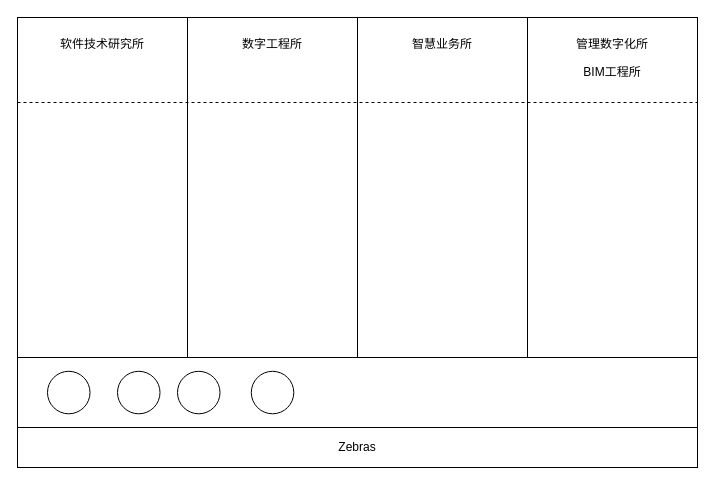
Before: 低代码—项目背景.drawio in tangyaosimida/love, a draw.io diagram. Source tidied: cells renumbered, new cells numbered last; positions are measured from the earlier drawing's top-left corner, leaving out a move shared by most shapes. Both pictures are drawn from the tidied source at 100%, with x=0, y=0 at pixel (17, 17).
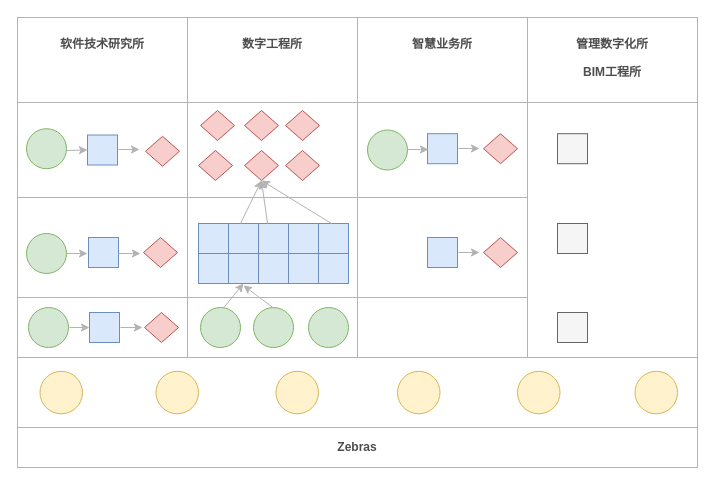
The same diagram, later.

Commit message (it also covers changes not shown here):
更新低代码—项目背景.drawio

The edit, as a diff of the source:
```diff
@@
-    <mxCell id="2" style="rounded=0;whiteSpace=wrap;html=1;" parent="1" vertex="1">
+    <mxCell id="2" style="rounded=0;whiteSpace=wrap;html=1;strokeColor=#B3B3B3;" parent="1" vertex="1">
       <mxGeometry width="680" height="340" as="geometry" />
     </mxCell>
+    <mxCell id="18" style="rounded=0;whiteSpace=wrap;html=1;" parent="1" vertex="1">
+      <mxGeometry x="170" y="280" width="170" height="60" as="geometry" />
+    </mxCell>
+    <mxCell id="19" style="rounded=0;whiteSpace=wrap;html=1;strokeColor=#B3B3B3;" parent="1" vertex="1">
+      <mxGeometry x="170" y="85" width="170" height="95" as="geometry" />
+    </mxCell>
+    <mxCell id="20" style="rounded=0;whiteSpace=wrap;html=1;strokeColor=#B3B3B3;" parent="1" vertex="1">
+      <mxGeometry x="170" y="180" width="170" height="100" as="geometry" />
+    </mxCell>
-    <mxCell id="3" style="rounded=0;whiteSpace=wrap;html=1;" parent="1" vertex="1">
+    <mxCell id="3" style="rounded=0;whiteSpace=wrap;html=1;strokeColor=#B3B3B3;" parent="1" vertex="1">
       <mxGeometry y="340" width="680" height="70" as="geometry" />
     </mxCell>
-    <mxCell id="4" style="endArrow=none;html=1;rounded=0;entryX=0.5;entryY=0;entryDx=0;entryDy=0;exitX=0.5;exitY=0;exitDx=0;exitDy=0;" parent="1" edge="1" source="3" target="2">
+    <mxCell id="4" style="endArrow=none;html=1;rounded=0;entryX=0.5;entryY=0;entryDx=0;entryDy=0;exitX=0.5;exitY=0;exitDx=0;exitDy=0;strokeColor=#B3B3B3;" parent="1" edge="1" source="3" target="2">
       <mxGeometry relative="1" as="geometry" />
     </mxCell>
-    <mxCell id="5" style="endArrow=none;html=1;rounded=0;entryX=0.75;entryY=0;entryDx=0;entryDy=0;exitX=0.5;exitY=1;exitDx=0;exitDy=0;" parent="1" edge="1" target="2">
+    <mxCell id="5" style="endArrow=none;html=1;rounded=0;entryX=0.75;entryY=0;entryDx=0;entryDy=0;exitX=0.5;exitY=1;exitDx=0;exitDy=0;strokeColor=#B3B3B3;" parent="1" edge="1" target="2">
       <mxGeometry relative="1" as="geometry">
         <mxPoint x="510" y="340" as="sourcePoint" />
       </mxGeometry>
     </mxCell>
-    <mxCell id="6" style="endArrow=none;html=1;rounded=0;entryX=0.25;entryY=0;entryDx=0;entryDy=0;exitX=0.25;exitY=0;exitDx=0;exitDy=0;" parent="1" edge="1" source="3" target="2">
+    <mxCell id="6" style="endArrow=none;html=1;rounded=0;entryX=0.25;entryY=0;entryDx=0;entryDy=0;exitX=0.25;exitY=0;exitDx=0;exitDy=0;strokeColor=#B3B3B3;" parent="1" edge="1" source="3" target="2">
       <mxGeometry relative="1" as="geometry" />
     </mxCell>
-    <mxCell id="7" value="软件技术研究所" style="text;html=1;strokeColor=none;fillColor=none;align=center;verticalAlign=middle;whiteSpace=wrap;rounded=0;" parent="1" vertex="1">
+    <mxCell id="7" value="软件技术研究所" style="text;html=1;strokeColor=none;fillColor=none;align=center;verticalAlign=middle;whiteSpace=wrap;rounded=0;fontStyle=1;fontColor=#4D4D4D;" parent="1" vertex="1">
       <mxGeometry x="20" y="12" width="130" height="30" as="geometry" />
     </mxCell>
-    <mxCell id="8" value="数字工程所" style="text;html=1;strokeColor=none;fillColor=none;align=center;verticalAlign=middle;whiteSpace=wrap;rounded=0;" parent="1" vertex="1">
+    <mxCell id="8" value="数字工程所" style="text;html=1;strokeColor=none;fillColor=none;align=center;verticalAlign=middle;whiteSpace=wrap;rounded=0;fontStyle=1;fontColor=#4D4D4D;" parent="1" vertex="1">
       <mxGeometry x="190" y="12" width="130" height="30" as="geometry" />
     </mxCell>
-    <mxCell id="9" value="智慧业务所" style="text;html=1;strokeColor=none;fillColor=none;align=center;verticalAlign=middle;whiteSpace=wrap;rounded=0;" parent="1" vertex="1">
+    <mxCell id="9" value="智慧业务所" style="text;html=1;strokeColor=none;fillColor=none;align=center;verticalAlign=middle;whiteSpace=wrap;rounded=0;fontColor=#4D4D4D;fontStyle=1;" parent="1" vertex="1">
       <mxGeometry x="360" y="12" width="130" height="30" as="geometry" />
     </mxCell>
-    <mxCell id="10" value="管理数字化所" style="text;html=1;strokeColor=none;fillColor=none;align=center;verticalAlign=middle;whiteSpace=wrap;rounded=0;" parent="1" vertex="1">
+    <mxCell id="10" value="管理数字化所" style="text;html=1;strokeColor=none;fillColor=none;align=center;verticalAlign=middle;whiteSpace=wrap;rounded=0;fontStyle=1;fontColor=#4D4D4D;" parent="1" vertex="1">
       <mxGeometry x="530" y="12" width="130" height="30" as="geometry" />
     </mxCell>
-    <mxCell id="11" value="BIM工程所" style="text;html=1;strokeColor=none;fillColor=none;align=center;verticalAlign=middle;whiteSpace=wrap;rounded=0;" parent="1" vertex="1">
+    <mxCell id="11" value="BIM工程所" style="text;html=1;strokeColor=none;fillColor=none;align=center;verticalAlign=middle;whiteSpace=wrap;rounded=0;fontStyle=1;fontColor=#4D4D4D;" parent="1" vertex="1">
       <mxGeometry x="530" y="40" width="130" height="30" as="geometry" />
     </mxCell>
-    <mxCell id="12" value="Zebras" style="rounded=0;whiteSpace=wrap;html=1;" parent="1" vertex="1">
+    <mxCell id="12" value="&lt;b&gt;&lt;font color=&quot;#4d4d4d&quot;&gt;Zebras&lt;/font&gt;&lt;/b&gt;" style="rounded=0;whiteSpace=wrap;html=1;strokeColor=#B3B3B3;" parent="1" vertex="1">
       <mxGeometry y="410" width="680" height="40" as="geometry" />
     </mxCell>
-    <mxCell id="13" style="ellipse;whiteSpace=wrap;html=1;" parent="1" vertex="1">
-      <mxGeometry x="30" y="353.8" width="42.5" height="42.5" as="geometry" />
+    <mxCell id="13" style="ellipse;whiteSpace=wrap;html=1;fillColor=#fff2cc;strokeColor=#d6b656;" parent="1" vertex="1">
+      <mxGeometry x="22.5" y="353.8" width="42.5" height="42.5" as="geometry" />
     </mxCell>
-    <mxCell id="14" style="ellipse;whiteSpace=wrap;html=1;" parent="1" vertex="1">
-      <mxGeometry x="100" y="353.8" width="42.5" height="42.5" as="geometry" />
+    <mxCell id="14" style="ellipse;whiteSpace=wrap;html=1;fillColor=#fff2cc;strokeColor=#d6b656;" parent="1" vertex="1">
+      <mxGeometry x="138.5" y="353.8" width="42.5" height="42.5" as="geometry" />
     </mxCell>
-    <mxCell id="15" style="ellipse;whiteSpace=wrap;html=1;" parent="1" vertex="1">
-      <mxGeometry x="160" y="353.8" width="42.5" height="42.5" as="geometry" />
+    <mxCell id="15" style="ellipse;whiteSpace=wrap;html=1;fillColor=#fff2cc;strokeColor=#d6b656;" parent="1" vertex="1">
+      <mxGeometry x="500" y="353.8" width="42.5" height="42.5" as="geometry" />
     </mxCell>
-    <mxCell id="16" style="ellipse;whiteSpace=wrap;html=1;" parent="1" vertex="1">
-      <mxGeometry x="233.8" y="353.8" width="42.5" height="42.5" as="geometry" />
+    <mxCell id="16" style="ellipse;whiteSpace=wrap;html=1;fillColor=#fff2cc;strokeColor=#d6b656;" parent="1" vertex="1">
+      <mxGeometry x="617.5" y="353.8" width="42.5" height="42.5" as="geometry" />
     </mxCell>
-    <mxCell id="17" style="endArrow=none;dashed=1;html=1;rounded=0;entryX=1;entryY=0.25;entryDx=0;entryDy=0;exitX=0;exitY=0.25;exitDx=0;exitDy=0;" parent="1" edge="1" source="2" target="2">
+    <mxCell id="17" style="endArrow=none;dashed=1;html=1;rounded=1;entryX=1;entryY=0.25;entryDx=0;entryDy=0;exitX=0;exitY=0.25;exitDx=0;exitDy=0;curved=0;strokeColor=#B3B3B3;" parent="1" edge="1" source="2" target="2">
       <mxGeometry relative="1" as="geometry" />
     </mxCell>
+    <mxCell id="21" style="ellipse;whiteSpace=wrap;html=1;fillColor=#d5e8d4;strokeColor=#82b366;" parent="1" vertex="1">
+      <mxGeometry x="183" y="290" width="40" height="40" as="geometry" />
+    </mxCell>
+    <mxCell id="22" style="ellipse;whiteSpace=wrap;html=1;fillColor=#d5e8d4;strokeColor=#82b366;" parent="1" vertex="1">
+      <mxGeometry x="236" y="290" width="40" height="40" as="geometry" />
+    </mxCell>
+    <mxCell id="23" style="ellipse;whiteSpace=wrap;html=1;fillColor=#d5e8d4;strokeColor=#82b366;" parent="1" vertex="1">
+      <mxGeometry x="291" y="290" width="40" height="40" as="geometry" />
+    </mxCell>
+    <mxCell id="24" style="rounded=0;whiteSpace=wrap;html=1;fillColor=#dae8fc;strokeColor=#6c8ebf;direction=west;" parent="1" vertex="1">
+      <mxGeometry x="181" y="236" width="30" height="30" as="geometry" />
+    </mxCell>
+    <mxCell id="25" style="rounded=0;whiteSpace=wrap;html=1;fillColor=#dae8fc;strokeColor=#6c8ebf;" parent="1" vertex="1">
+      <mxGeometry x="211" y="236" width="30" height="30" as="geometry" />
+    </mxCell>
+    <mxCell id="26" style="rounded=0;whiteSpace=wrap;html=1;fillColor=#dae8fc;strokeColor=#6c8ebf;" parent="1" vertex="1">
+      <mxGeometry x="241" y="236" width="30" height="30" as="geometry" />
+    </mxCell>
+    <mxCell id="27" style="rounded=0;whiteSpace=wrap;html=1;fillColor=#dae8fc;strokeColor=#6c8ebf;" parent="1" vertex="1">
+      <mxGeometry x="271" y="236" width="30" height="30" as="geometry" />
+    </mxCell>
+    <mxCell id="28" style="rounded=0;whiteSpace=wrap;html=1;fillColor=#dae8fc;strokeColor=#6c8ebf;" parent="1" vertex="1">
+      <mxGeometry x="301" y="236" width="30" height="30" as="geometry" />
+    </mxCell>
+    <mxCell id="29" style="rounded=0;whiteSpace=wrap;html=1;fillColor=#dae8fc;strokeColor=#6c8ebf;" parent="1" vertex="1">
+      <mxGeometry x="181" y="206" width="30" height="30" as="geometry" />
+    </mxCell>
+    <mxCell id="30" style="rounded=0;whiteSpace=wrap;html=1;fillColor=#dae8fc;strokeColor=#6c8ebf;" parent="1" vertex="1">
+      <mxGeometry x="211" y="206" width="30" height="30" as="geometry" />
+    </mxCell>
+    <mxCell id="31" style="rounded=0;whiteSpace=wrap;html=1;fillColor=#dae8fc;strokeColor=#6c8ebf;" parent="1" vertex="1">
+      <mxGeometry x="241" y="206" width="30" height="30" as="geometry" />
+    </mxCell>
+    <mxCell id="32" style="rounded=0;whiteSpace=wrap;html=1;fillColor=#dae8fc;strokeColor=#6c8ebf;" parent="1" vertex="1">
+      <mxGeometry x="271" y="206" width="30" height="30" as="geometry" />
+    </mxCell>
+    <mxCell id="33" style="rounded=0;whiteSpace=wrap;html=1;fillColor=#dae8fc;strokeColor=#6c8ebf;" parent="1" vertex="1">
+      <mxGeometry x="301" y="206" width="30" height="30" as="geometry" />
+    </mxCell>
+    <mxCell id="34" style="rhombus;whiteSpace=wrap;html=1;fillColor=#f8cecc;strokeColor=#b85450;" parent="1" vertex="1">
+      <mxGeometry x="183" y="93" width="34" height="30" as="geometry" />
+    </mxCell>
+    <mxCell id="35" style="rhombus;whiteSpace=wrap;html=1;fillColor=#f8cecc;strokeColor=#b85450;" parent="1" vertex="1">
+      <mxGeometry x="227" y="93" width="34" height="30" as="geometry" />
+    </mxCell>
+    <mxCell id="36" style="rhombus;whiteSpace=wrap;html=1;fillColor=#f8cecc;strokeColor=#b85450;" parent="1" vertex="1">
+      <mxGeometry x="268" y="93" width="34" height="30" as="geometry" />
+    </mxCell>
+    <mxCell id="37" style="rhombus;whiteSpace=wrap;html=1;fillColor=#f8cecc;strokeColor=#b85450;" parent="1" vertex="1">
+      <mxGeometry x="181" y="133" width="34" height="30" as="geometry" />
+    </mxCell>
+    <mxCell id="38" style="rhombus;whiteSpace=wrap;html=1;fillColor=#f8cecc;strokeColor=#b85450;" parent="1" vertex="1">
+      <mxGeometry x="227" y="133" width="34" height="30" as="geometry" />
+    </mxCell>
+    <mxCell id="39" style="rhombus;whiteSpace=wrap;html=1;fillColor=#f8cecc;strokeColor=#b85450;" parent="1" vertex="1">
+      <mxGeometry x="268" y="133" width="34" height="30" as="geometry" />
+    </mxCell>
+    <mxCell id="40" style="rounded=0;whiteSpace=wrap;html=1;strokeColor=#B3B3B3;" parent="1" vertex="1">
+      <mxGeometry y="85" width="170" height="95" as="geometry" />
+    </mxCell>
+    <mxCell id="41" style="rounded=0;whiteSpace=wrap;html=1;fillColor=#dae8fc;strokeColor=#6c8ebf;" parent="1" vertex="1">
+      <mxGeometry x="70" y="117.5" width="30" height="30" as="geometry" />
+    </mxCell>
+    <mxCell id="42" style="ellipse;whiteSpace=wrap;html=1;fillColor=#d5e8d4;strokeColor=#82b366;" parent="1" vertex="1">
+      <mxGeometry x="9" y="111.2" width="40" height="40" as="geometry" />
+    </mxCell>
+    <mxCell id="43" style="rounded=0;whiteSpace=wrap;html=1;strokeColor=#B3B3B3;" parent="1" vertex="1">
+      <mxGeometry x="340" y="85" width="170" height="95" as="geometry" />
+    </mxCell>
+    <mxCell id="44" style="ellipse;whiteSpace=wrap;html=1;fillColor=#d5e8d4;strokeColor=#82b366;" parent="1" vertex="1">
+      <mxGeometry x="350" y="112.5" width="40" height="40" as="geometry" />
+    </mxCell>
+    <mxCell id="45" style="rounded=0;whiteSpace=wrap;html=1;fillColor=#dae8fc;strokeColor=#6c8ebf;" parent="1" vertex="1">
+      <mxGeometry x="410" y="116.2" width="30" height="30" as="geometry" />
+    </mxCell>
+    <mxCell id="46" style="rhombus;whiteSpace=wrap;html=1;fillColor=#f8cecc;strokeColor=#b85450;" parent="1" vertex="1">
+      <mxGeometry x="466" y="116.2" width="34" height="30" as="geometry" />
+    </mxCell>
+    <mxCell id="47" style="rounded=0;whiteSpace=wrap;html=1;strokeColor=#B3B3B3;" parent="1" vertex="1">
+      <mxGeometry x="340" y="180" width="170" height="100" as="geometry" />
+    </mxCell>
+    <mxCell id="48" style="rounded=0;whiteSpace=wrap;html=1;fillColor=#dae8fc;strokeColor=#6c8ebf;" parent="1" vertex="1">
+      <mxGeometry x="410" y="220" width="30" height="30" as="geometry" />
+    </mxCell>
+    <mxCell id="49" style="rhombus;whiteSpace=wrap;html=1;fillColor=#f8cecc;strokeColor=#b85450;" parent="1" vertex="1">
+      <mxGeometry x="466" y="220" width="34" height="30" as="geometry" />
+    </mxCell>
+    <mxCell id="50" style="rhombus;whiteSpace=wrap;html=1;fillColor=#f8cecc;strokeColor=#b85450;" parent="1" vertex="1">
+      <mxGeometry x="128" y="118.8" width="34" height="30" as="geometry" />
+    </mxCell>
+    <mxCell id="51" style="ellipse;whiteSpace=wrap;html=1;fillColor=#fff2cc;strokeColor=#d6b656;" parent="1" vertex="1">
+      <mxGeometry x="258.5" y="353.8" width="42.5" height="42.5" as="geometry" />
+    </mxCell>
+    <mxCell id="52" style="ellipse;whiteSpace=wrap;html=1;fillColor=#fff2cc;strokeColor=#d6b656;" parent="1" vertex="1">
+      <mxGeometry x="380" y="353.8" width="42.5" height="42.5" as="geometry" />
+    </mxCell>
+    <mxCell id="53" style="rounded=0;whiteSpace=wrap;html=1;fillColor=none;fontColor=#333333;strokeColor=#B3B3B3;" parent="1" vertex="1">
+      <mxGeometry x="510" y="85" width="170" height="255" as="geometry" />
+    </mxCell>
+    <mxCell id="54" style="rounded=0;whiteSpace=wrap;html=1;strokeColor=#B3B3B3;" parent="1" vertex="1">
+      <mxGeometry y="180" width="170" height="100" as="geometry" />
+    </mxCell>
+    <mxCell id="55" style="rounded=0;whiteSpace=wrap;html=1;fillColor=#dae8fc;strokeColor=#6c8ebf;" parent="1" vertex="1">
+      <mxGeometry x="71" y="220" width="30" height="30" as="geometry" />
+    </mxCell>
+    <mxCell id="56" style="ellipse;whiteSpace=wrap;html=1;fillColor=#d5e8d4;strokeColor=#82b366;" parent="1" vertex="1">
+      <mxGeometry x="9" y="216" width="40" height="40" as="geometry" />
+    </mxCell>
+    <mxCell id="57" style="rhombus;whiteSpace=wrap;html=1;fillColor=#f8cecc;strokeColor=#b85450;" parent="1" vertex="1">
+      <mxGeometry x="126" y="220" width="34" height="30" as="geometry" />
+    </mxCell>
+    <mxCell id="58" style="rounded=0;whiteSpace=wrap;html=1;strokeColor=#B3B3B3;" parent="1" vertex="1">
+      <mxGeometry y="280" width="170" height="60" as="geometry" />
+    </mxCell>
+    <mxCell id="59" style="rounded=0;whiteSpace=wrap;html=1;fillColor=#dae8fc;strokeColor=#6c8ebf;direction=south;" parent="1" vertex="1">
+      <mxGeometry x="72" y="295" width="30" height="30" as="geometry" />
+    </mxCell>
+    <mxCell id="60" style="ellipse;whiteSpace=wrap;html=1;fillColor=#d5e8d4;strokeColor=#82b366;" parent="1" vertex="1">
+      <mxGeometry x="11" y="290" width="40" height="40" as="geometry" />
+    </mxCell>
+    <mxCell id="61" style="rhombus;whiteSpace=wrap;html=1;fillColor=#f8cecc;strokeColor=#b85450;" parent="1" vertex="1">
+      <mxGeometry x="127" y="295" width="34" height="30" as="geometry" />
+    </mxCell>
+    <mxCell id="62" style="endArrow=classic;html=1;rounded=0;entryX=0.5;entryY=1;entryDx=0;entryDy=0;strokeColor=#B3B3B3;" parent="1" edge="1" target="38">
+      <mxGeometry relative="1" as="geometry">
+        <mxPoint x="223" y="206" as="sourcePoint" />
+      </mxGeometry>
+    </mxCell>
+    <mxCell id="63" style="endArrow=classic;html=1;rounded=0;entryX=0.5;entryY=1;entryDx=0;entryDy=0;strokeColor=#B3B3B3;" parent="1" edge="1" target="38">
+      <mxGeometry relative="1" as="geometry">
+        <mxPoint x="250" y="206" as="sourcePoint" />
+      </mxGeometry>
+    </mxCell>
+    <mxCell id="64" style="endArrow=classic;html=1;rounded=0;entryX=0.5;entryY=1;entryDx=0;entryDy=0;strokeColor=#B3B3B3;" parent="1" edge="1" target="38">
+      <mxGeometry relative="1" as="geometry">
+        <mxPoint x="314" y="206" as="sourcePoint" />
+      </mxGeometry>
+    </mxCell>
+    <mxCell id="65" style="endArrow=classic;html=1;rounded=0;entryX=0.5;entryY=1;entryDx=0;entryDy=0;strokeColor=#B3B3B3;" parent="1" edge="1" target="25">
+      <mxGeometry relative="1" as="geometry">
+        <mxPoint x="206" y="290.5" as="sourcePoint" />
+      </mxGeometry>
+    </mxCell>
+    <mxCell id="66" style="endArrow=classic;html=1;rounded=0;strokeColor=#B3B3B3;" parent="1" edge="1">
+      <mxGeometry relative="1" as="geometry">
+        <mxPoint x="256" y="290.5" as="sourcePoint" />
+        <mxPoint x="226" y="268" as="targetPoint" />
+      </mxGeometry>
+    </mxCell>
+    <mxCell id="67" style="endArrow=classic;html=1;rounded=0;entryX=0;entryY=0.5;entryDx=0;entryDy=0;strokeColor=#B3B3B3;" parent="1" edge="1" target="41">
+      <mxGeometry relative="1" as="geometry">
+        <mxPoint x="49" y="133" as="sourcePoint" />
+      </mxGeometry>
+    </mxCell>
+    <mxCell id="68" style="endArrow=classic;html=1;rounded=0;entryX=-0.075;entryY=0.549;entryDx=0;entryDy=0;strokeColor=#B3B3B3;entryPerimeter=0;" parent="1" edge="1">
+      <mxGeometry relative="1" as="geometry">
+        <mxPoint x="101" y="236" as="sourcePoint" />
+        <mxPoint x="123" y="236" as="targetPoint" />
+      </mxGeometry>
+    </mxCell>
+    <mxCell id="69" style="endArrow=classic;html=1;rounded=0;entryX=-0.075;entryY=0.549;entryDx=0;entryDy=0;strokeColor=#B3B3B3;entryPerimeter=0;" parent="1" edge="1">
+      <mxGeometry relative="1" as="geometry">
+        <mxPoint x="103" y="310" as="sourcePoint" />
+        <mxPoint x="125" y="310" as="targetPoint" />
+      </mxGeometry>
+    </mxCell>
+    <mxCell id="70" style="endArrow=classic;html=1;rounded=0;entryX=0;entryY=0.5;entryDx=0;entryDy=0;strokeColor=#B3B3B3;" parent="1" edge="1">
+      <mxGeometry relative="1" as="geometry">
+        <mxPoint x="101" y="132" as="sourcePoint" />
+        <mxPoint x="122" y="132" as="targetPoint" />
+      </mxGeometry>
+    </mxCell>
+    <mxCell id="71" style="endArrow=classic;html=1;rounded=0;entryX=-0.075;entryY=0.549;entryDx=0;entryDy=0;strokeColor=#B3B3B3;entryPerimeter=0;exitX=1;exitY=0.5;exitDx=0;exitDy=0;" parent="1" edge="1" source="56">
+      <mxGeometry relative="1" as="geometry">
+        <mxPoint x="70" y="236" as="targetPoint" />
+      </mxGeometry>
+    </mxCell>
+    <mxCell id="72" style="endArrow=classic;html=1;rounded=0;entryX=0.5;entryY=1;entryDx=0;entryDy=0;strokeColor=#B3B3B3;" parent="1" edge="1" target="59">
+      <mxGeometry relative="1" as="geometry">
+        <mxPoint x="52" y="310" as="sourcePoint" />
+      </mxGeometry>
+    </mxCell>
+    <mxCell id="73" style="endArrow=classic;html=1;rounded=0;entryX=0;entryY=0.5;entryDx=0;entryDy=0;strokeColor=#B3B3B3;" parent="1" edge="1">
+      <mxGeometry relative="1" as="geometry">
+        <mxPoint x="390" y="132" as="sourcePoint" />
+        <mxPoint x="411" y="132" as="targetPoint" />
+      </mxGeometry>
+    </mxCell>
+    <mxCell id="74" style="endArrow=classic;html=1;rounded=0;entryX=0;entryY=0.5;entryDx=0;entryDy=0;strokeColor=#B3B3B3;" parent="1" edge="1">
+      <mxGeometry relative="1" as="geometry">
+        <mxPoint x="441" y="131" as="sourcePoint" />
+        <mxPoint x="462" y="131" as="targetPoint" />
+      </mxGeometry>
+    </mxCell>
+    <mxCell id="75" style="endArrow=classic;html=1;rounded=0;entryX=0;entryY=0.5;entryDx=0;entryDy=0;strokeColor=#B3B3B3;" parent="1" edge="1">
+      <mxGeometry relative="1" as="geometry">
+        <mxPoint x="441" y="235" as="sourcePoint" />
+        <mxPoint x="462" y="235" as="targetPoint" />
+      </mxGeometry>
+    </mxCell>
+    <mxCell id="76" style="rounded=0;whiteSpace=wrap;html=1;fillColor=#f5f5f5;strokeColor=#666666;fontColor=#333333;" parent="1" vertex="1">
+      <mxGeometry x="540" y="116.2" width="30" height="30" as="geometry" />
+    </mxCell>
+    <mxCell id="77" style="rounded=0;whiteSpace=wrap;html=1;fillColor=#f5f5f5;strokeColor=#666666;fontColor=#333333;" parent="1" vertex="1">
+      <mxGeometry x="540" y="206" width="30" height="30" as="geometry" />
+    </mxCell>
+    <mxCell id="78" style="rounded=0;whiteSpace=wrap;html=1;fillColor=#f5f5f5;strokeColor=#666666;fontColor=#333333;" parent="1" vertex="1">
+      <mxGeometry x="540" y="295" width="30" height="30" as="geometry" />
+    </mxCell>
```
